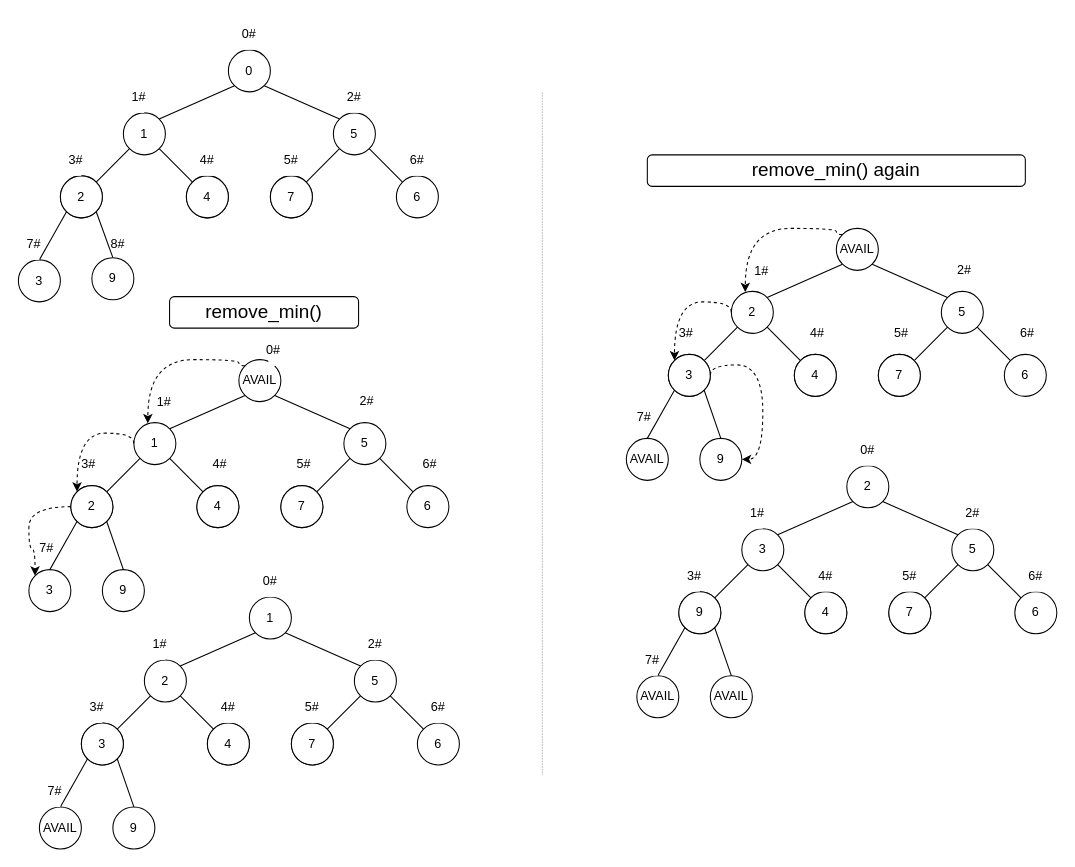
The draw.io diagram AVAILHeap.drawio in BWaaaa/TicTacToe_Bwaaa, before the edit. Source tidied: cells renumbered, new cells numbered last; positions are measured from the earlier drawing's top-left corner, leaving out a move shared by most shapes. Both pictures are drawn from the tidied source at 105%, with x=0, y=0 at pixel (18, 18).
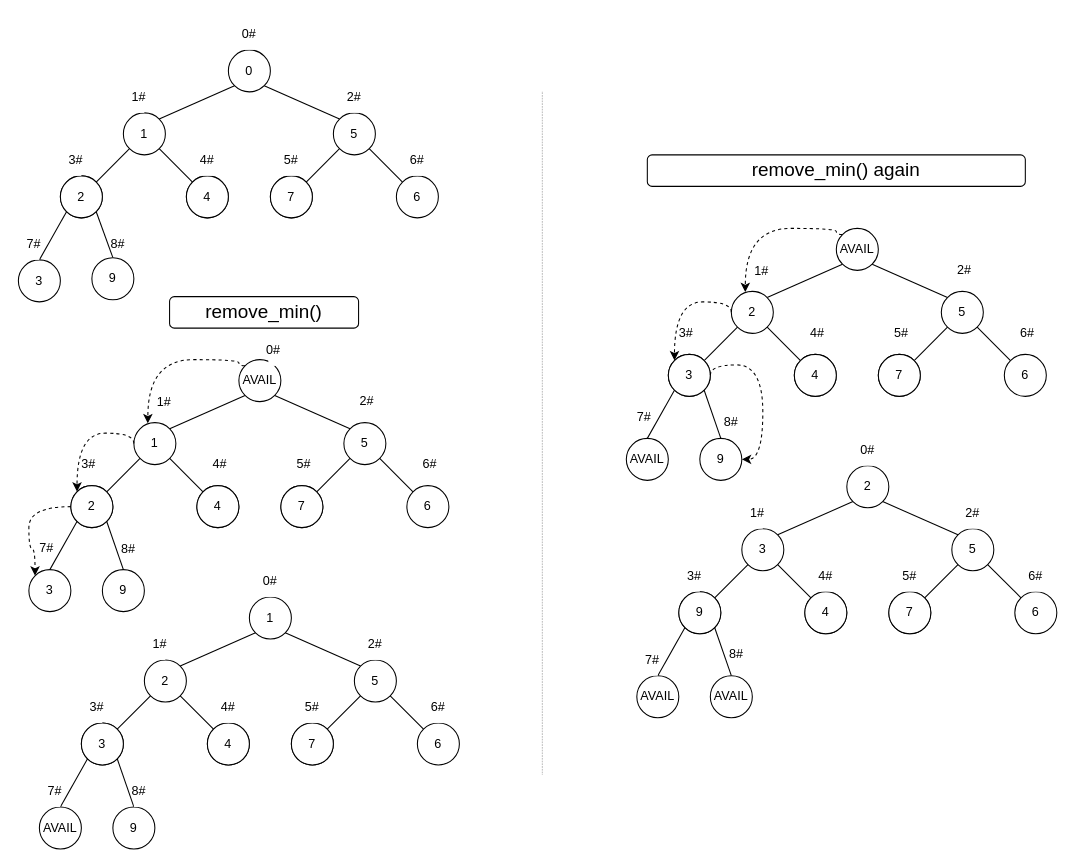
The same diagram, later.

The edit, as a diff of the source:
```diff
@@
+    <mxCell id="151" value="8#" style="rounded=0;whiteSpace=wrap;html=1;strokeColor=none;" parent="1" vertex="1">
+      <mxGeometry x="100" y="491" width="10" height="30" as="geometry" />
+    </mxCell>
+    <mxCell id="152" value="8#" style="rounded=0;whiteSpace=wrap;html=1;strokeColor=none;" parent="1" vertex="1">
+      <mxGeometry x="110" y="721" width="10" height="30" as="geometry" />
+    </mxCell>
+    <mxCell id="153" value="8#" style="rounded=0;whiteSpace=wrap;html=1;strokeColor=none;" parent="1" vertex="1">
+      <mxGeometry x="674" y="370" width="10" height="30" as="geometry" />
+    </mxCell>
+    <mxCell id="154" value="8#" style="rounded=0;whiteSpace=wrap;html=1;strokeColor=none;" parent="1" vertex="1">
+      <mxGeometry x="679" y="591" width="10" height="30" as="geometry" />
+    </mxCell>
```
